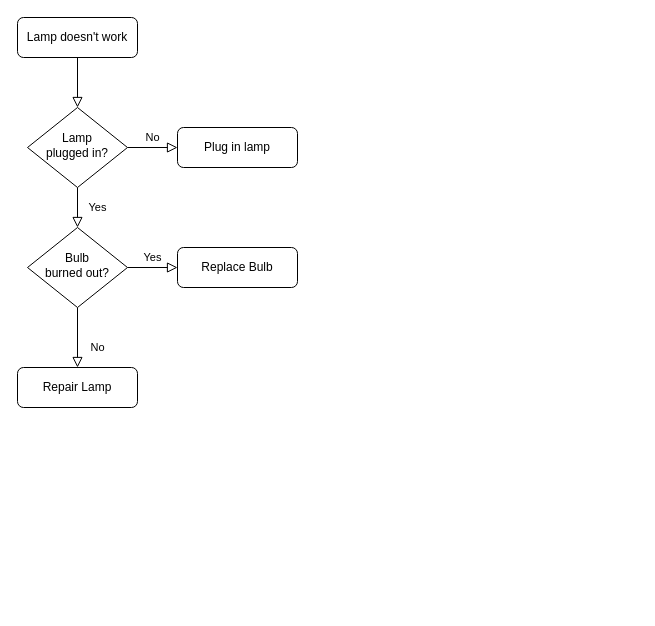
This is Untitled Diagram.drawio from fengQian-Java/test, a draw.io file, before an edit. Source tidied: cells renumbered, new cells numbered last; positions are measured from the earlier drawing's top-left corner, leaving out a move shared by most shapes. Both pictures are drawn from the tidied source at 100%, with x=0, y=0 at pixel (17, 17).
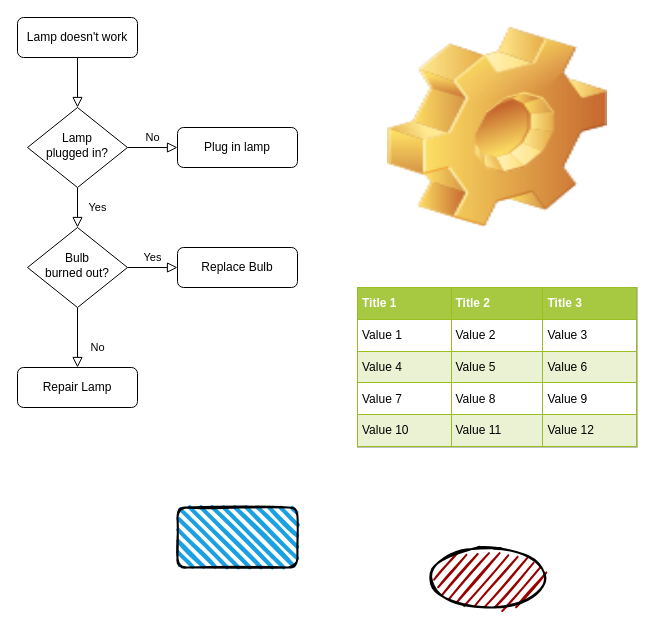
After the change.

What changed in the source:
```diff
@@
 <mxGraphModel>
   <root>
     <mxCell id="0" />
     <mxCell id="1" parent="0" />
     <mxCell id="2" style="rounded=0;html=1;jettySize=auto;fontSize=11;endArrow=block;endFill=0;endSize=8;strokeWidth=1;shadow=0;labelBackgroundColor=none;edgeStyle=orthogonalEdgeStyle;" parent="1" edge="1" source="3" target="6">
       <mxGeometry relative="1" as="geometry" />
     </mxCell>
     <mxCell id="3" value="Lamp doesn't work" style="rounded=1;whiteSpace=wrap;html=1;fontSize=12;glass=0;strokeWidth=1;shadow=0;" parent="1" vertex="1">
       <mxGeometry width="120" height="40" as="geometry" />
     </mxCell>
     <mxCell id="4" value="Yes" style="rounded=0;html=1;jettySize=auto;fontSize=11;endArrow=block;endFill=0;endSize=8;strokeWidth=1;shadow=0;labelBackgroundColor=none;edgeStyle=orthogonalEdgeStyle;" parent="1" edge="1" source="6" target="10">
       <mxGeometry y="20" relative="1" as="geometry" />
     </mxCell>
     <mxCell id="5" value="No" style="edgeStyle=orthogonalEdgeStyle;rounded=0;html=1;jettySize=auto;fontSize=11;endArrow=block;endFill=0;endSize=8;strokeWidth=1;shadow=0;labelBackgroundColor=none;" parent="1" edge="1" source="6" target="7">
       <mxGeometry y="10" relative="1" as="geometry" />
     </mxCell>
     <mxCell id="6" value="Lamp&lt;br&gt;plugged in?" style="rhombus;whiteSpace=wrap;html=1;shadow=0;fontFamily=Helvetica;fontSize=12;align=center;strokeWidth=1;spacing=6;spacingTop=-4;" parent="1" vertex="1">
       <mxGeometry x="10" y="90" width="100" height="80" as="geometry" />
     </mxCell>
     <mxCell id="7" value="Plug in lamp" style="rounded=1;whiteSpace=wrap;html=1;fontSize=12;glass=0;strokeWidth=1;shadow=0;" parent="1" vertex="1">
       <mxGeometry x="160" y="110" width="120" height="40" as="geometry" />
     </mxCell>
     <mxCell id="8" value="No" style="rounded=0;html=1;jettySize=auto;fontSize=11;endArrow=block;endFill=0;endSize=8;strokeWidth=1;shadow=0;labelBackgroundColor=none;edgeStyle=orthogonalEdgeStyle;" parent="1" edge="1" source="10" target="11">
       <mxGeometry x="0.33" y="20" relative="1" as="geometry" />
     </mxCell>
     <mxCell id="9" value="Yes" style="edgeStyle=orthogonalEdgeStyle;rounded=0;html=1;jettySize=auto;fontSize=11;endArrow=block;endFill=0;endSize=8;strokeWidth=1;shadow=0;labelBackgroundColor=none;" parent="1" edge="1" source="10" target="12">
       <mxGeometry y="10" relative="1" as="geometry" />
     </mxCell>
     <mxCell id="10" value="Bulb&lt;br&gt;burned out?" style="rhombus;whiteSpace=wrap;html=1;shadow=0;fontFamily=Helvetica;fontSize=12;align=center;strokeWidth=1;spacing=6;spacingTop=-4;" parent="1" vertex="1">
       <mxGeometry x="10" y="210" width="100" height="80" as="geometry" />
     </mxCell>
     <mxCell id="11" value="Repair Lamp" style="rounded=1;whiteSpace=wrap;html=1;fontSize=12;glass=0;strokeWidth=1;shadow=0;" parent="1" vertex="1">
       <mxGeometry y="350" width="120" height="40" as="geometry" />
     </mxCell>
     <mxCell id="12" value="Replace Bulb" style="rounded=1;whiteSpace=wrap;html=1;fontSize=12;glass=0;strokeWidth=1;shadow=0;" parent="1" vertex="1">
       <mxGeometry x="160" y="230" width="120" height="40" as="geometry" />
     </mxCell>
+    <mxCell id="13" value="&lt;table border=&quot;1&quot; width=&quot;100%&quot; height=&quot;100%&quot; cellpadding=&quot;4&quot; style=&quot;width:100%;height:100%;border-collapse:collapse;&quot;&gt;&lt;tr style=&quot;background-color:#A7C942;color:#ffffff;border:1px solid #98bf21;&quot;&gt;&lt;th align=&quot;left&quot;&gt;Title 1&lt;/th&gt;&lt;th align=&quot;left&quot;&gt;Title 2&lt;/th&gt;&lt;th align=&quot;left&quot;&gt;Title 3&lt;/th&gt;&lt;/tr&gt;&lt;tr style=&quot;border:1px solid #98bf21;&quot;&gt;&lt;td&gt;Value 1&lt;/td&gt;&lt;td&gt;Value 2&lt;/td&gt;&lt;td&gt;Value 3&lt;/td&gt;&lt;/tr&gt;&lt;tr style=&quot;background-color:#EAF2D3;border:1px solid #98bf21;&quot;&gt;&lt;td&gt;Value 4&lt;/td&gt;&lt;td&gt;Value 5&lt;/td&gt;&lt;td&gt;Value 6&lt;/td&gt;&lt;/tr&gt;&lt;tr style=&quot;border:1px solid #98bf21;&quot;&gt;&lt;td&gt;Value 7&lt;/td&gt;&lt;td&gt;Value 8&lt;/td&gt;&lt;td&gt;Value 9&lt;/td&gt;&lt;/tr&gt;&lt;tr style=&quot;background-color:#EAF2D3;border:1px solid #98bf21;&quot;&gt;&lt;td&gt;Value 10&lt;/td&gt;&lt;td&gt;Value 11&lt;/td&gt;&lt;td&gt;Value 12&lt;/td&gt;&lt;/tr&gt;&lt;/table&gt;" style="text;html=1;strokeColor=#c0c0c0;fillColor=#ffffff;overflow=fill;rounded=0;" parent="1" vertex="1">
+      <mxGeometry x="340" y="270" width="280" height="160" as="geometry" />
+    </mxCell>
+    <mxCell id="14" style="shape=image;html=1;verticalLabelPosition=bottom;verticalAlign=top;imageAspect=0;image=img/clipart/Gear_128x128.png;" parent="1" vertex="1">
+      <mxGeometry x="370" y="10" width="220" height="200" as="geometry" />
+    </mxCell>
+    <mxCell id="15" style="rounded=1;whiteSpace=wrap;html=1;strokeWidth=2;fillWeight=4;hachureGap=8;hachureAngle=45;fillColor=#1ba1e2;sketch=1;" parent="1" vertex="1">
+      <mxGeometry x="160" y="490" width="120" height="60" as="geometry" />
+    </mxCell>
+    <mxCell id="16" style="ellipse;whiteSpace=wrap;html=1;strokeWidth=2;fillWeight=2;hachureGap=8;fillColor=#990000;fillStyle=dots;sketch=1;" parent="1" vertex="1">
+      <mxGeometry x="410" y="530" width="120" height="60" as="geometry" />
+    </mxCell>
   </root>
 </mxGraphModel>
```
